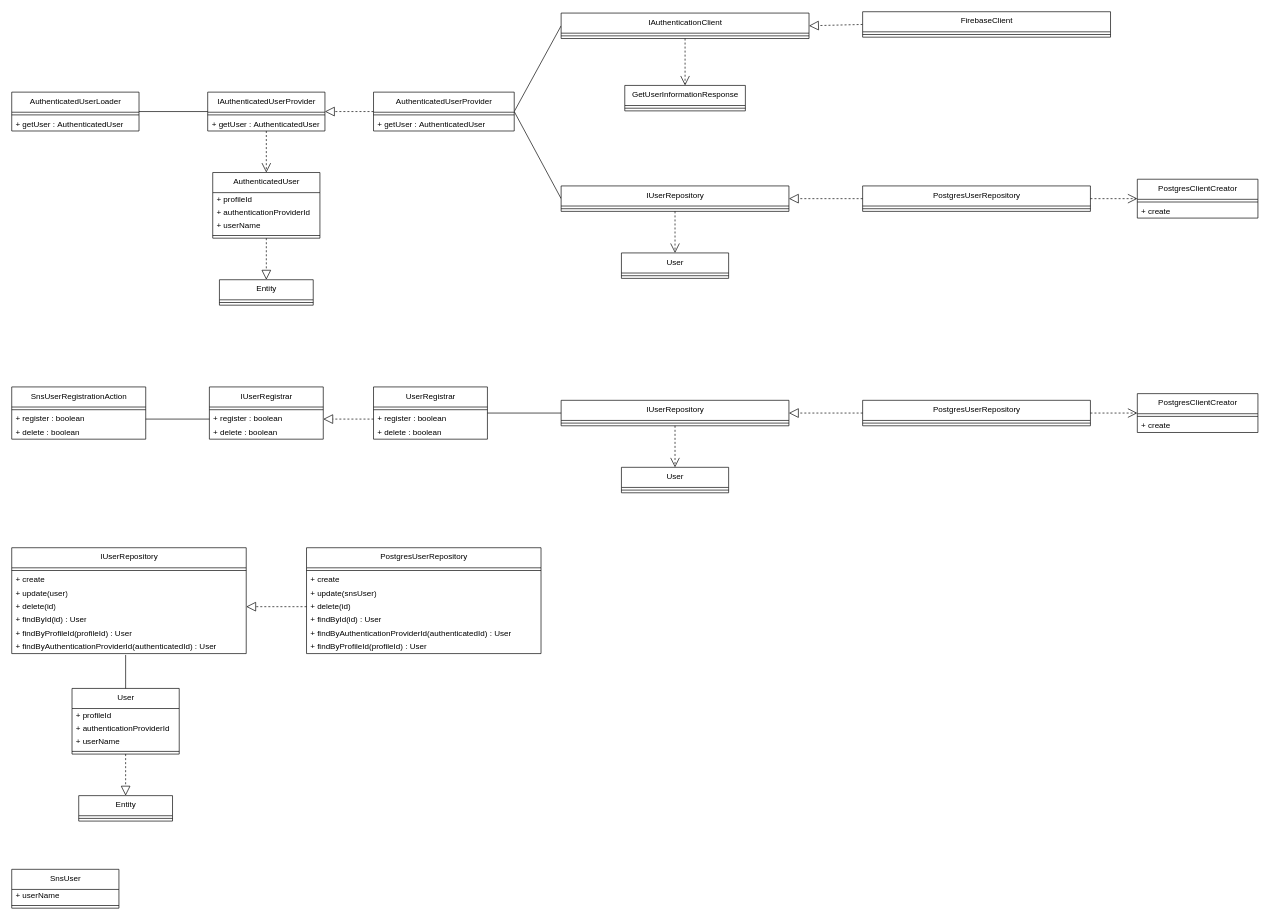
Before: page "UserModule" (4 of 7) of project-designs/class-diagrams/ff14-sns.drawio in Mouwf/FF14SNS, a draw.io diagram. Source tidied: cells renumbered, new cells numbered last; positions are measured from the earlier drawing's top-left corner, leaving out a move shared by most shapes. Both pictures are drawn from the tidied source at 67%, with x=0, y=0 at pixel (11, 11).
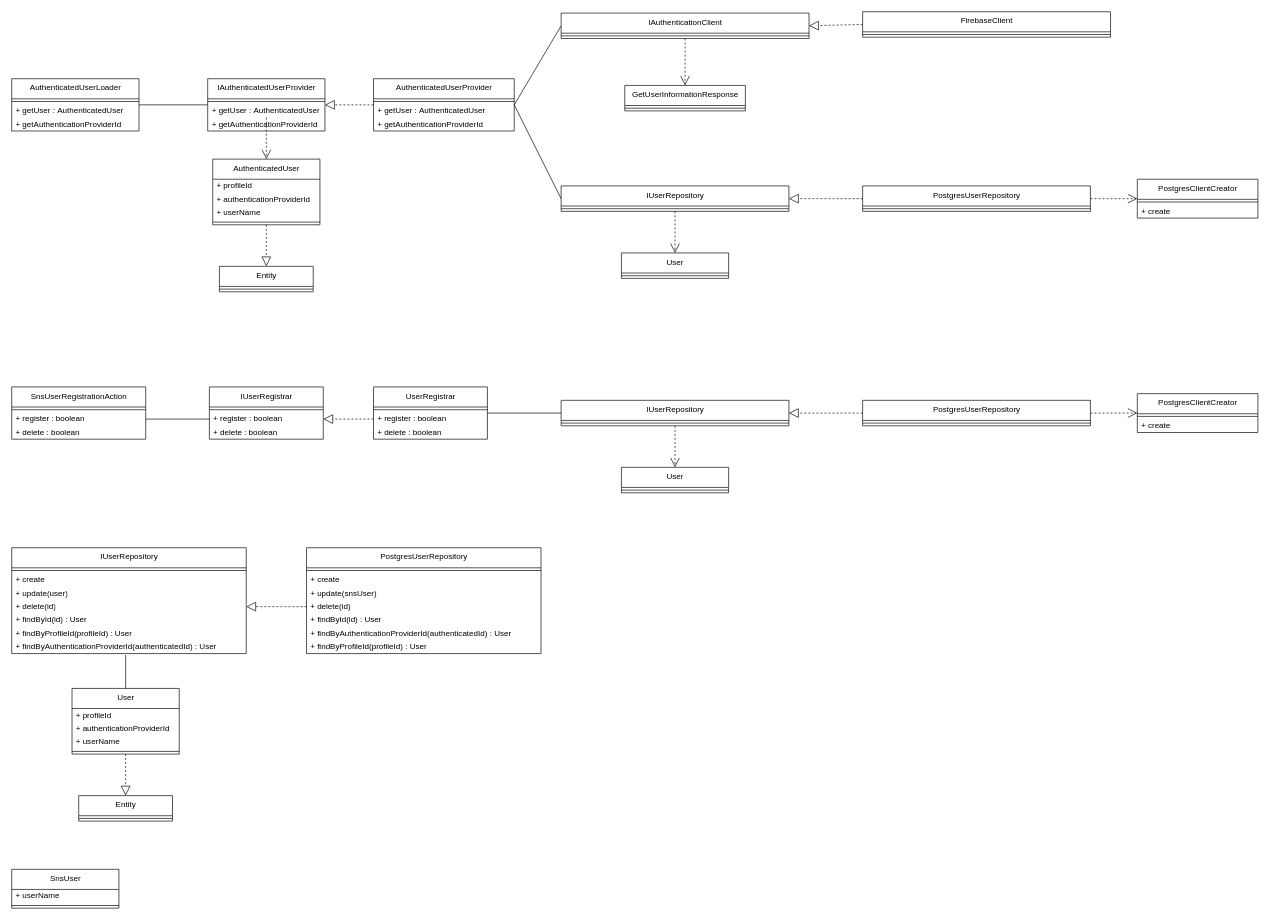
Above is the later version.

Diff of the diagram source:
```diff
@@
     <mxCell id="2" value="AuthenticatedUser" style="swimlane;fontStyle=0;align=center;verticalAlign=top;horizontal=1;startSize=30;html=1;" parent="1" vertex="1">
-      <mxGeometry x="300" y="240" width="160" height="98" as="geometry" />
+      <mxGeometry x="300" y="220" width="160" height="98" as="geometry" />
     </mxCell>
@@
     <mxCell id="7" value="IAuthenticatedUserProvider" style="swimlane;fontStyle=0;align=center;verticalAlign=top;horizontal=1;startSize=30;html=1;" parent="1" vertex="1">
-      <mxGeometry x="292.5" y="120" width="175" height="58" as="geometry" />
+      <mxGeometry x="292.5" y="100" width="175" height="78" as="geometry" />
     </mxCell>
@@
+    <mxCell id="100" value="+ getAuthenticationProviderId" style="text;html=1;strokeColor=none;fillColor=none;align=left;verticalAlign=middle;spacingLeft=4;spacingRight=4;overflow=hidden;" parent="7" vertex="1">
+      <mxGeometry y="58" width="175" height="20" as="geometry" />
+    </mxCell>
@@
     <mxCell id="13" value="AuthenticatedUserProvider" style="swimlane;fontStyle=0;align=center;verticalAlign=top;horizontal=1;startSize=30;html=1;" parent="1" vertex="1">
-      <mxGeometry x="540" y="120" width="210" height="58" as="geometry" />
+      <mxGeometry x="540" y="100" width="210" height="78" as="geometry" />
     </mxCell>
@@
+    <mxCell id="101" value="+ getAuthenticationProviderId" style="text;html=1;strokeColor=none;fillColor=none;align=left;verticalAlign=middle;spacingLeft=4;spacingRight=4;overflow=hidden;" parent="13" vertex="1">
+      <mxGeometry y="58" width="210" height="20" as="geometry" />
+    </mxCell>
     <mxCell id="16" value="AuthenticatedUserLoader" style="swimlane;fontStyle=0;align=center;verticalAlign=top;horizontal=1;startSize=30;html=1;" parent="1" vertex="1">
-      <mxGeometry y="120" width="190" height="58" as="geometry" />
+      <mxGeometry y="100" width="190" height="78" as="geometry" />
     </mxCell>
@@
+    <mxCell id="102" value="+ getAuthenticationProviderId" style="text;html=1;strokeColor=none;fillColor=none;align=left;verticalAlign=middle;spacingLeft=4;spacingRight=4;overflow=hidden;" parent="16" vertex="1">
+      <mxGeometry y="58" width="190" height="20" as="geometry" />
+    </mxCell>
@@
     <mxCell id="58" value="Entity" style="swimlane;fontStyle=0;align=center;verticalAlign=top;horizontal=1;startSize=30;html=1;" parent="1" vertex="1">
-      <mxGeometry x="310" y="400" width="140" height="38" as="geometry" />
+      <mxGeometry x="310" y="380" width="140" height="38" as="geometry" />
     </mxCell>
```
